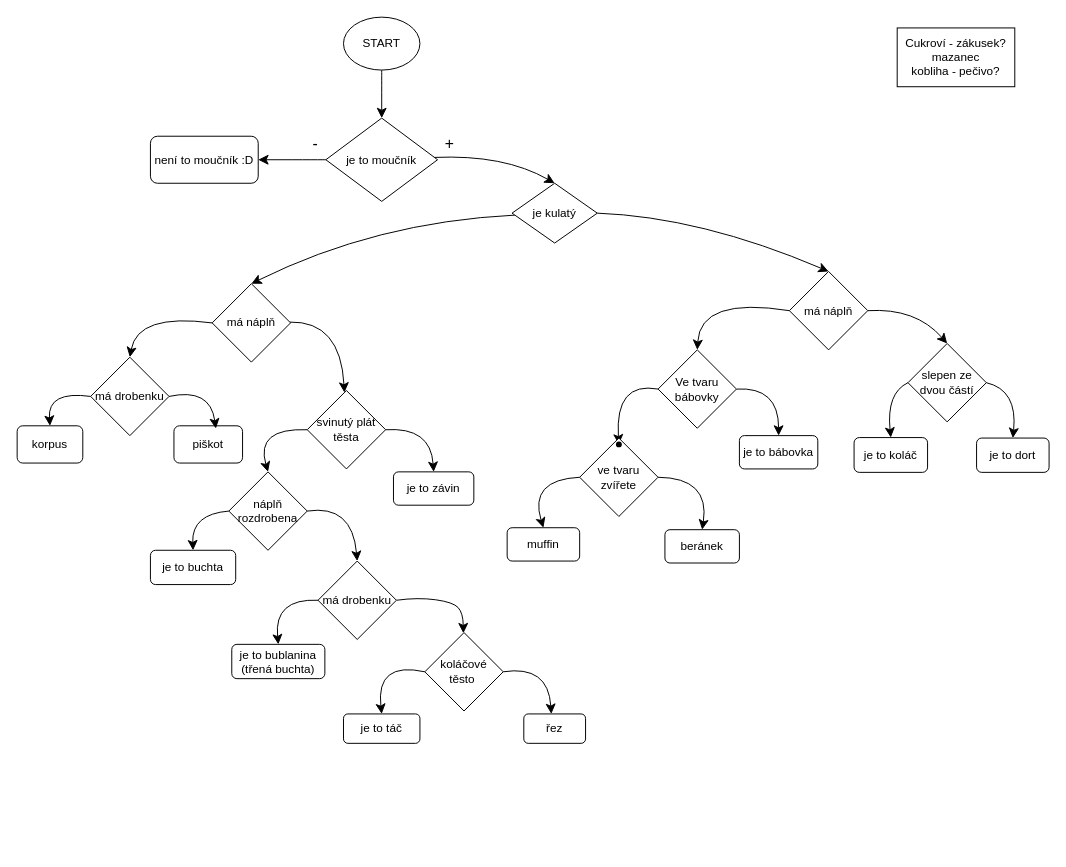
Above: moucnik_diagram.drawio in petra-tovarkova/PI-theory (draw.io), before the change. Source tidied: cells renumbered, new cells numbered last; positions are measured from the earlier drawing's top-left corner, leaving out a move shared by most shapes. Both pictures are drawn from the tidied source at 98%, with x=0, y=0 at pixel (17, 17).
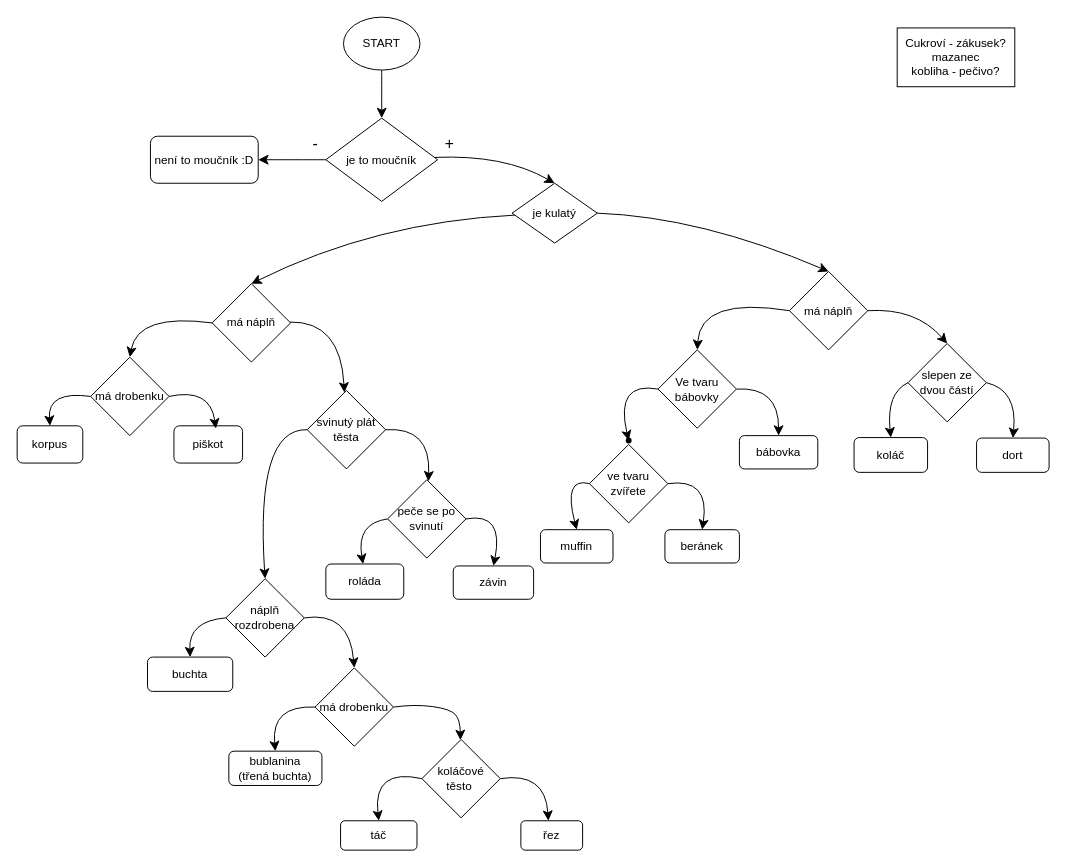
After the change.

Unchanged cells that the change refers to:
```xml
<mxCell id="25" value="svinutý plát těsta" style="rhombus;whiteSpace=wrap;html=1;" parent="1" vertex="1">
  <mxGeometry x="296" y="381" width="80" height="80" as="geometry" />
</mxCell>
<mxCell id="49" value="Ve tvaru bábovky" style="rhombus;whiteSpace=wrap;html=1;" parent="1" vertex="1">
  <mxGeometry x="654" y="339.5" width="80" height="80" as="geometry" />
</mxCell>
```

Change to the diagram source:
```diff
@@
-    <mxCell id="12" value="je to koláč" style="rounded=1;whiteSpace=wrap;html=1;" parent="1" vertex="1">
+    <mxCell id="12" value="koláč" style="rounded=1;whiteSpace=wrap;html=1;" parent="1" vertex="1">
       <mxGeometry x="854" y="429" width="75" height="35.5" as="geometry" />
     </mxCell>
@@
-    <mxCell id="17" value="je to dort" style="rounded=1;whiteSpace=wrap;html=1;" parent="1" vertex="1">
+    <mxCell id="17" value="dort" style="rounded=1;whiteSpace=wrap;html=1;" parent="1" vertex="1">
       <mxGeometry x="979" y="429.5" width="74" height="35" as="geometry" />
     </mxCell>
@@
-    <mxCell id="19" value="je to bábovka" style="rounded=1;whiteSpace=wrap;html=1;" parent="1" vertex="1">
+    <mxCell id="19" value="bábovka" style="rounded=1;whiteSpace=wrap;html=1;" parent="1" vertex="1">
       <mxGeometry x="737" y="427" width="80" height="34" as="geometry" />
     </mxCell>
@@
-    <mxCell id="26" value="je to závin" style="rounded=1;whiteSpace=wrap;html=1;" parent="1" vertex="1">
-      <mxGeometry x="384" y="464" width="82" height="34" as="geometry" />
+    <mxCell id="26" value="závin" style="rounded=1;whiteSpace=wrap;html=1;" parent="1" vertex="1">
+      <mxGeometry x="445" y="560" width="82" height="34" as="geometry" />
     </mxCell>
-    <mxCell id="27" value="je to buchta" style="rounded=1;whiteSpace=wrap;html=1;" parent="1" vertex="1">
-      <mxGeometry x="136" y="544" width="87" height="35" as="geometry" />
+    <mxCell id="27" value="buchta" style="rounded=1;whiteSpace=wrap;html=1;" parent="1" vertex="1">
+      <mxGeometry x="133" y="653" width="87" height="35" as="geometry" />
     </mxCell>
-    <mxCell id="28" style="endArrow=classic;html=1;rounded=0;fontSize=12;startSize=8;endSize=8;curved=1;exitX=1;exitY=0.5;exitDx=0;exitDy=0;entryX=0.5;entryY=0;entryDx=0;entryDy=0;" parent="1" edge="1" source="25" target="26">
+    <mxCell id="28" style="endArrow=classic;html=1;rounded=0;fontSize=12;startSize=8;endSize=8;curved=1;exitX=1;exitY=0.5;exitDx=0;exitDy=0;" parent="1" edge="1" source="25" target="58">
       <mxGeometry relative="1" as="geometry">
         <Array as="points">
           <mxPoint x="422" y="418" />
         </Array>
       </mxGeometry>
     </mxCell>
@@
-    <mxCell id="31" style="edgeStyle=none;curved=1;rounded=0;jettySize=auto;html=1;exitX=0;exitY=0.5;exitDx=0;exitDy=0;entryX=0.68;entryY=0.07;entryDx=0;entryDy=0;fontSize=12;startSize=8;endSize=8;entryPerimeter=0;" parent="1" edge="1" source="49" target="54">
+    <mxCell id="31" style="edgeStyle=none;curved=1;rounded=0;jettySize=auto;html=1;exitX=0;exitY=0.5;exitDx=0;exitDy=0;entryX=1.08;entryY=0.51;entryDx=0;entryDy=0;fontSize=12;startSize=8;endSize=8;entryPerimeter=0;" parent="1" edge="1" source="49" target="54">
       <mxGeometry relative="1" as="geometry">
         <Array as="points">
           <mxPoint x="610" y="371.5" />
         </Array>
       </mxGeometry>
     </mxCell>
     <mxCell id="32" style="edgeStyle=none;curved=1;rounded=0;jettySize=auto;html=1;exitX=1;exitY=0.5;exitDx=0;exitDy=0;entryX=0.5;entryY=0;entryDx=0;entryDy=0;fontSize=12;startSize=8;endSize=8;" parent="1" edge="1" source="33" target="35">
       <mxGeometry relative="1" as="geometry">
         <Array as="points">
-          <mxPoint x="342" y="497" />
+          <mxPoint x="339" y="606" />
         </Array>
       </mxGeometry>
     </mxCell>
     <mxCell id="33" value="náplň rozdrobena" style="rhombus;whiteSpace=wrap;html=1;" parent="1" vertex="1">
-      <mxGeometry x="216" y="464" width="80" height="80" as="geometry" />
+      <mxGeometry x="213" y="573" width="80" height="80" as="geometry" />
     </mxCell>
     <mxCell id="34" style="edgeStyle=none;curved=1;rounded=0;jettySize=auto;html=1;fontSize=12;startSize=8;endSize=8;exitX=1;exitY=0.5;exitDx=0;exitDy=0;" parent="1" edge="1" source="35" target="45">
       <mxGeometry relative="1" as="geometry">
         <Array as="points">
-          <mxPoint x="409" y="592" />
-          <mxPoint x="445" y="597" />
-          <mxPoint x="455" y="608" />
+          <mxPoint x="406" y="701" />
+          <mxPoint x="442" y="706" />
+          <mxPoint x="452" y="717" />
         </Array>
       </mxGeometry>
     </mxCell>
     <mxCell id="35" value="má drobenku" style="rhombus;whiteSpace=wrap;html=1;" parent="1" vertex="1">
-      <mxGeometry x="307" y="555" width="80" height="80" as="geometry" />
+      <mxGeometry x="304" y="664" width="80" height="80" as="geometry" />
     </mxCell>
-    <mxCell id="36" value="je to bublanina&lt;div&gt;(třená buchta)&lt;/div&gt;" style="rounded=1;whiteSpace=wrap;html=1;" parent="1" vertex="1">
-      <mxGeometry x="219" y="640" width="95" height="35" as="geometry" />
+    <mxCell id="36" value="bublanina&lt;div&gt;(třená buchta)&lt;/div&gt;" style="rounded=1;whiteSpace=wrap;html=1;" parent="1" vertex="1">
+      <mxGeometry x="216" y="749" width="95" height="35" as="geometry" />
     </mxCell>
     <mxCell id="37" style="endArrow=classic;html=1;rounded=0;fontSize=12;startSize=8;endSize=8;curved=1;exitX=0;exitY=0.5;exitDx=0;exitDy=0;entryX=0.5;entryY=0;entryDx=0;entryDy=0;" parent="1" edge="1" source="35" target="36">
       <mxGeometry relative="1" as="geometry">
         <Array as="points">
-          <mxPoint x="262" y="593" />
+          <mxPoint x="259" y="702" />
         </Array>
       </mxGeometry>
     </mxCell>
@@
     <mxCell id="43" style="edgeStyle=none;curved=1;rounded=0;jettySize=auto;html=1;fontSize=12;startSize=8;endSize=8;exitX=1;exitY=0.5;exitDx=0;exitDy=0;entryX=0.445;entryY=0;entryDx=0;entryDy=0;entryPerimeter=0;" parent="1" edge="1" source="45" target="46">
       <mxGeometry relative="1" as="geometry">
         <Array as="points">
-          <mxPoint x="542" y="661" />
+          <mxPoint x="539" y="770" />
         </Array>
       </mxGeometry>
     </mxCell>
     <mxCell id="44" style="edgeStyle=none;curved=1;rounded=0;jettySize=auto;html=1;entryX=0.5;entryY=0;entryDx=0;entryDy=0;fontSize=12;startSize=8;endSize=8;exitX=0;exitY=0.5;exitDx=0;exitDy=0;" parent="1" edge="1" source="45" target="47">
       <mxGeometry relative="1" as="geometry">
         <Array as="points">
-          <mxPoint x="366" y="657" />
+          <mxPoint x="363" y="766" />
         </Array>
       </mxGeometry>
     </mxCell>
     <mxCell id="45" value="koláčové těsto&amp;nbsp;" style="rhombus;whiteSpace=wrap;html=1;" parent="1" vertex="1">
-      <mxGeometry x="416" y="628" width="80" height="80" as="geometry" />
+      <mxGeometry x="413" y="737" width="80" height="80" as="geometry" />
     </mxCell>
     <mxCell id="46" value="řez" style="rounded=1;whiteSpace=wrap;html=1;" parent="1" vertex="1">
-      <mxGeometry x="517" y="711" width="63" height="30" as="geometry" />
+      <mxGeometry x="514" y="820" width="63" height="30" as="geometry" />
     </mxCell>
-    <mxCell id="47" value="je to táč" style="rounded=1;whiteSpace=wrap;html=1;" parent="1" vertex="1">
-      <mxGeometry x="333" y="711" width="78" height="30" as="geometry" />
+    <mxCell id="47" value="táč" style="rounded=1;whiteSpace=wrap;html=1;" parent="1" vertex="1">
+      <mxGeometry x="330" y="820" width="78" height="30" as="geometry" />
     </mxCell>
@@
     <mxCell id="52" value="muffin" style="rounded=1;whiteSpace=wrap;html=1;" parent="1" vertex="1">
-      <mxGeometry x="500" y="521" width="74" height="34" as="geometry" />
+      <mxGeometry x="534" y="523" width="74" height="34" as="geometry" />
     </mxCell>
     <mxCell id="53" value="ve tvaru zvířete" style="rhombus;whiteSpace=wrap;html=1;" parent="1" vertex="1">
-      <mxGeometry x="574" y="429.5" width="80" height="80" as="geometry" />
+      <mxGeometry x="584" y="436" width="80" height="80" as="geometry" />
     </mxCell>
     <mxCell id="54" style="shape=waypoint;sketch=0;size=6;points=[];fillColor=default;perimeter=centerPerimeter;snapToPoint=1;" parent="1" vertex="1">
-      <mxGeometry x="604" y="426" width="20" height="20" as="geometry" />
+      <mxGeometry x="614" y="422" width="20" height="20" as="geometry" />
     </mxCell>
     <mxCell id="55" style="edgeStyle=none;curved=1;rounded=0;jettySize=auto;html=1;exitX=0;exitY=0.5;exitDx=0;exitDy=0;entryX=0.5;entryY=0;entryDx=0;entryDy=0;fontSize=12;startSize=8;endSize=8;" parent="1" edge="1" source="33" target="27">
       <mxGeometry relative="1" as="geometry">
         <Array as="points">
-          <mxPoint x="178" y="507" />
+          <mxPoint x="175" y="616" />
         </Array>
       </mxGeometry>
     </mxCell>
     <mxCell id="56" style="edgeStyle=none;curved=1;rounded=0;jettySize=auto;html=1;exitX=0;exitY=0.5;exitDx=0;exitDy=0;entryX=0.5;entryY=0;entryDx=0;entryDy=0;fontSize=12;startSize=8;endSize=8;" parent="1" edge="1" source="53" target="52">
       <mxGeometry relative="1" as="geometry">
         <Array as="points">
-          <mxPoint x="522" y="472" />
+          <mxPoint x="557" y="469" />
         </Array>
       </mxGeometry>
     </mxCell>
@@
+    <mxCell id="58" value="peče se po svinutí" style="rhombus;whiteSpace=wrap;html=1;" parent="1" vertex="1">
+      <mxGeometry x="378" y="472" width="80" height="80" as="geometry" />
+    </mxCell>
+    <mxCell id="59" value="roláda" style="rounded=1;whiteSpace=wrap;html=1;" parent="1" vertex="1">
+      <mxGeometry x="315" y="558" width="79.5" height="36" as="geometry" />
+    </mxCell>
+    <mxCell id="60" style="edgeStyle=none;curved=1;rounded=0;jettySize=auto;html=1;fontSize=12;startSize=8;endSize=8;entryX=0.5;entryY=0;entryDx=0;entryDy=0;exitX=1;exitY=0.5;exitDx=0;exitDy=0;" parent="1" edge="1" source="58" target="26">
+      <mxGeometry relative="1" as="geometry">
+        <Array as="points">
+          <mxPoint x="497" y="505" />
+        </Array>
+      </mxGeometry>
+    </mxCell>
+    <mxCell id="61" style="endArrow=classic;html=1;rounded=0;fontSize=12;startSize=8;endSize=8;curved=1;exitX=0;exitY=0.5;exitDx=0;exitDy=0;" parent="1" edge="1" source="58">
+      <mxGeometry relative="1" as="geometry">
+        <mxPoint x="353" y="558" as="targetPoint" />
+        <Array as="points">
+          <mxPoint x="346" y="516.5" />
+        </Array>
+      </mxGeometry>
+    </mxCell>
```
